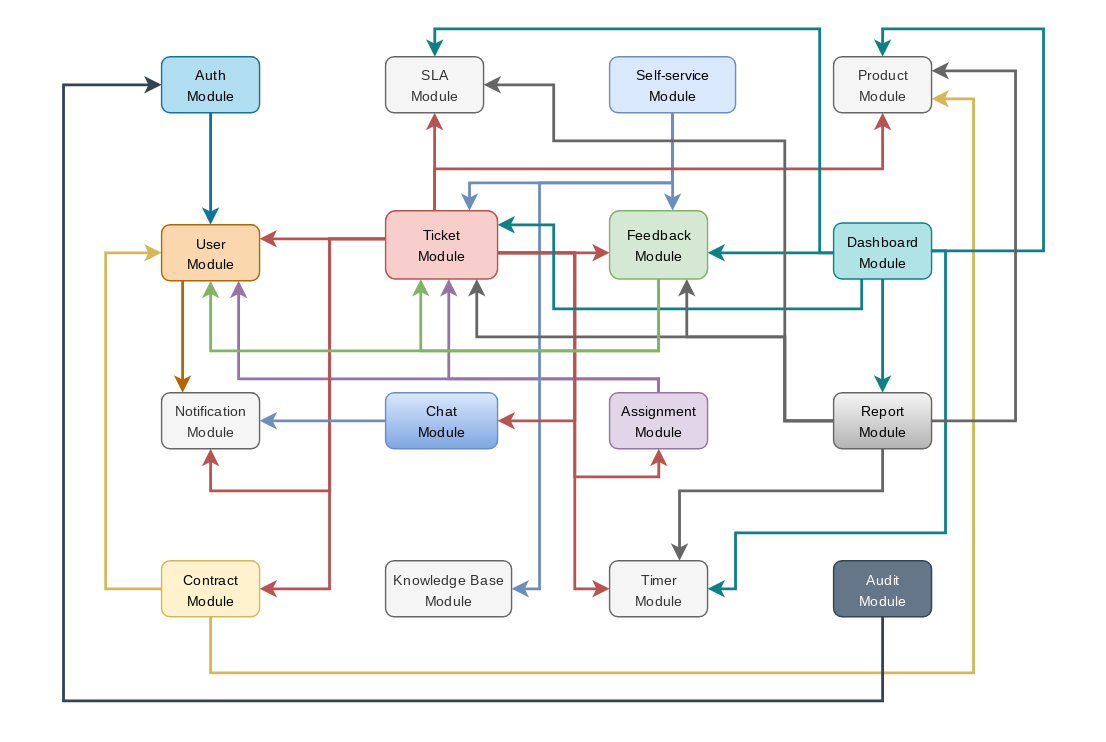
The draw.io diagram docs/planning/system-architecture/images/backend-module-dependency-diagram.drawio.svg in brisahelpdesk/mkdocs, before a commit. Source tidied: cells renumbered, new cells last; positions are measured from the earlier drawing's top-left corner, leaving out a move shared by most shapes. The source it was exported from:
```xml
<mxGraphModel background="#ffffff">
  <root>
    <mxCell id="0" />
    <mxCell id="1" parent="0" />
    <mxCell id="2" style="rounded=1;whiteSpace=wrap;html=1;fillColor=none;strokeColor=none;" parent="1" vertex="1">
      <mxGeometry width="790" height="530" as="geometry" />
    </mxCell>
    <mxCell id="3" style="edgeStyle=orthogonalEdgeStyle;rounded=0;jettySize=auto;html=1;strokeWidth=2;fillColor=#b0e3e6;strokeColor=#0e8088;" parent="1" edge="1" source="37" target="51">
      <mxGeometry relative="1" as="geometry">
        <Array as="points">
          <mxPoint x="570" y="180" />
          <mxPoint x="570" y="180" />
        </Array>
      </mxGeometry>
    </mxCell>
    <mxCell id="4" style="edgeStyle=orthogonalEdgeStyle;rounded=0;jettySize=auto;html=1;strokeWidth=2;fillColor=#b1ddf0;strokeColor=#10739e;" parent="1" edge="1" source="5" target="46">
      <mxGeometry relative="1" as="geometry" />
    </mxCell>
    <mxCell id="5" value="&lt;font style=&quot;font-size: 10px;&quot;&gt;Auth&lt;br&gt;Module&lt;/font&gt;" style="rounded=1;whiteSpace=wrap;html=1;strokeColor=#10739e;fillColor=#b1ddf0;fontFamily=Roboto;fontSource=https%3A%2F%2Ffonts.googleapis.com%2Fcss%3Ffamily%3DRoboto;" parent="1" vertex="1">
      <mxGeometry x="114.9" y="40" width="70" height="40" as="geometry" />
    </mxCell>
    <mxCell id="6" style="edgeStyle=orthogonalEdgeStyle;rounded=0;jettySize=auto;html=1;fillColor=#e1d5e7;strokeColor=#9673a6;strokeWidth=2;" parent="1" edge="1" source="8" target="24">
      <mxGeometry relative="1" as="geometry">
        <Array as="points">
          <mxPoint x="470" y="270" />
          <mxPoint x="320" y="270" />
        </Array>
      </mxGeometry>
    </mxCell>
    <mxCell id="7" style="edgeStyle=orthogonalEdgeStyle;rounded=0;jettySize=auto;html=1;strokeWidth=2;fillColor=#e1d5e7;strokeColor=#9673a6;" parent="1" edge="1" source="8" target="46">
      <mxGeometry relative="1" as="geometry">
        <Array as="points">
          <mxPoint x="470" y="270" />
          <mxPoint x="170" y="270" />
        </Array>
      </mxGeometry>
    </mxCell>
    <mxCell id="8" value="&lt;span style=&quot;font-size: 10px;&quot;&gt;Assignment&lt;br&gt;Module&lt;/span&gt;" style="rounded=1;whiteSpace=wrap;html=1;strokeColor=#9673a6;fillColor=#e1d5e7;fontFamily=Roboto;fontSource=https%3A%2F%2Ffonts.googleapis.com%2Fcss%3Ffamily%3DRoboto;" parent="1" vertex="1">
      <mxGeometry x="434.9" y="280" width="70" height="40" as="geometry" />
    </mxCell>
    <mxCell id="9" value="&lt;span style=&quot;font-size: 10px;&quot;&gt;Knowledge Base&lt;br&gt;Module&lt;/span&gt;" style="rounded=1;whiteSpace=wrap;html=1;strokeColor=#666666;fontColor=#333333;fillColor=#f5f5f5;fontFamily=Roboto;fontSource=https%3A%2F%2Ffonts.googleapis.com%2Fcss%3Ffamily%3DRoboto;" parent="1" vertex="1">
      <mxGeometry x="274.9" y="400" width="90" height="40" as="geometry" />
    </mxCell>
    <mxCell id="10" style="edgeStyle=orthogonalEdgeStyle;rounded=0;jettySize=auto;html=1;fillColor=#dae8fc;strokeColor=#6c8ebf;strokeWidth=2;" parent="1" edge="1" source="13" target="9">
      <mxGeometry relative="1" as="geometry">
        <Array as="points">
          <mxPoint x="479.9" y="130" />
          <mxPoint x="384.9" y="130" />
          <mxPoint x="384.9" y="420" />
        </Array>
      </mxGeometry>
    </mxCell>
    <mxCell id="11" style="edgeStyle=orthogonalEdgeStyle;rounded=0;jettySize=auto;html=1;fillColor=#dae8fc;strokeColor=#6c8ebf;strokeWidth=2;" parent="1" edge="1" source="13" target="24">
      <mxGeometry relative="1" as="geometry">
        <Array as="points">
          <mxPoint x="479.9" y="130" />
          <mxPoint x="334.9" y="130" />
        </Array>
      </mxGeometry>
    </mxCell>
    <mxCell id="12" style="edgeStyle=orthogonalEdgeStyle;rounded=0;jettySize=auto;html=1;fillColor=#dae8fc;strokeColor=#6c8ebf;strokeWidth=2;" parent="1" edge="1" source="13" target="51">
      <mxGeometry relative="1" as="geometry">
        <Array as="points">
          <mxPoint x="479.9" y="140" />
          <mxPoint x="479.9" y="140" />
        </Array>
      </mxGeometry>
    </mxCell>
    <mxCell id="13" value="&lt;span style=&quot;font-size: 10px;&quot;&gt;Self-service&lt;br&gt;Module&lt;/span&gt;" style="rounded=1;whiteSpace=wrap;html=1;strokeColor=#6c8ebf;fillColor=#dae8fc;fontFamily=Roboto;fontSource=https%3A%2F%2Ffonts.googleapis.com%2Fcss%3Ffamily%3DRoboto;" parent="1" vertex="1">
      <mxGeometry x="434.9" y="40" width="90" height="40" as="geometry" />
    </mxCell>
    <mxCell id="14" value="&lt;span style=&quot;font-size: 10px;&quot;&gt;SLA&lt;br&gt;Module&lt;/span&gt;" style="rounded=1;whiteSpace=wrap;html=1;strokeColor=#666666;fontColor=#333333;fillColor=#f5f5f5;fontFamily=Roboto;fontSource=https%3A%2F%2Ffonts.googleapis.com%2Fcss%3Ffamily%3DRoboto;" parent="1" vertex="1">
      <mxGeometry x="274.9" y="40" width="70" height="40" as="geometry" />
    </mxCell>
    <mxCell id="15" style="edgeStyle=orthogonalEdgeStyle;rounded=0;jettySize=auto;html=1;fillColor=#f8cecc;strokeColor=#b85450;strokeWidth=2;" parent="1" edge="1" source="24" target="46">
      <mxGeometry relative="1" as="geometry">
        <Array as="points">
          <mxPoint x="204.9" y="170" />
          <mxPoint x="204.9" y="170" />
        </Array>
      </mxGeometry>
    </mxCell>
    <mxCell id="16" style="edgeStyle=orthogonalEdgeStyle;rounded=0;jettySize=auto;html=1;fillColor=#f8cecc;strokeColor=#b85450;strokeWidth=2;" parent="1" edge="1" source="24" target="44">
      <mxGeometry relative="1" as="geometry">
        <Array as="points">
          <mxPoint x="309.9" y="120" />
          <mxPoint x="629.9" y="120" />
        </Array>
      </mxGeometry>
    </mxCell>
    <mxCell id="17" style="edgeStyle=orthogonalEdgeStyle;rounded=0;jettySize=auto;html=1;fillColor=#f8cecc;strokeColor=#b85450;strokeWidth=2;" parent="1" edge="1" source="24" target="27">
      <mxGeometry relative="1" as="geometry">
        <Array as="points">
          <mxPoint x="234.9" y="170" />
          <mxPoint x="234.9" y="420" />
        </Array>
      </mxGeometry>
    </mxCell>
    <mxCell id="18" style="edgeStyle=orthogonalEdgeStyle;rounded=0;jettySize=auto;html=1;fillColor=#f8cecc;strokeColor=#b85450;strokeWidth=2;" parent="1" edge="1" source="24" target="8">
      <mxGeometry relative="1" as="geometry">
        <Array as="points">
          <mxPoint x="410" y="180" />
          <mxPoint x="410" y="340" />
          <mxPoint x="470" y="340" />
        </Array>
      </mxGeometry>
    </mxCell>
    <mxCell id="19" style="edgeStyle=orthogonalEdgeStyle;rounded=0;jettySize=auto;html=1;fillColor=#f8cecc;strokeColor=#b85450;strokeWidth=2;" parent="1" edge="1" source="24" target="14">
      <mxGeometry relative="1" as="geometry">
        <Array as="points">
          <mxPoint x="309.9" y="130" />
          <mxPoint x="309.9" y="130" />
        </Array>
      </mxGeometry>
    </mxCell>
    <mxCell id="20" style="edgeStyle=orthogonalEdgeStyle;rounded=0;jettySize=auto;html=1;fillColor=#f8cecc;strokeColor=#b85450;strokeWidth=2;" parent="1" edge="1" source="24" target="28">
      <mxGeometry relative="1" as="geometry">
        <Array as="points">
          <mxPoint x="410" y="180" />
          <mxPoint x="410" y="420" />
        </Array>
      </mxGeometry>
    </mxCell>
    <mxCell id="21" style="edgeStyle=orthogonalEdgeStyle;rounded=0;jettySize=auto;html=1;fillColor=#f8cecc;strokeColor=#b85450;strokeWidth=2;" parent="1" edge="1" source="24" target="48">
      <mxGeometry relative="1" as="geometry">
        <Array as="points">
          <mxPoint x="410" y="180" />
          <mxPoint x="410" y="300" />
        </Array>
      </mxGeometry>
    </mxCell>
    <mxCell id="22" style="edgeStyle=orthogonalEdgeStyle;rounded=0;jettySize=auto;html=1;fillColor=#f8cecc;strokeColor=#b85450;strokeWidth=2;" parent="1" edge="1" source="24" target="51">
      <mxGeometry relative="1" as="geometry">
        <Array as="points">
          <mxPoint x="400" y="180" />
          <mxPoint x="400" y="180" />
        </Array>
      </mxGeometry>
    </mxCell>
    <mxCell id="23" style="edgeStyle=orthogonalEdgeStyle;rounded=0;jettySize=auto;html=1;fillColor=#f8cecc;strokeColor=#b85450;strokeWidth=2;" parent="1" edge="1" source="24" target="31">
      <mxGeometry relative="1" as="geometry">
        <Array as="points">
          <mxPoint x="235" y="170" />
          <mxPoint x="235" y="350" />
          <mxPoint x="150" y="350" />
        </Array>
      </mxGeometry>
    </mxCell>
    <mxCell id="24" value="&lt;span style=&quot;font-size: 10px;&quot;&gt;Ticket&lt;br&gt;Module&lt;/span&gt;" style="rounded=1;whiteSpace=wrap;html=1;strokeColor=#b85450;fillColor=#f8cecc;fontFamily=Roboto;fontSource=https%3A%2F%2Ffonts.googleapis.com%2Fcss%3Ffamily%3DRoboto;" parent="1" vertex="1">
      <mxGeometry x="274.9" y="150" width="80" height="48.8" as="geometry" />
    </mxCell>
    <mxCell id="25" style="edgeStyle=orthogonalEdgeStyle;rounded=0;jettySize=auto;html=1;strokeWidth=2;fillColor=#fff2cc;strokeColor=#d6b656;" parent="1" edge="1" source="27" target="44">
      <mxGeometry relative="1" as="geometry">
        <Array as="points">
          <mxPoint x="149.9" y="480" />
          <mxPoint x="694.9" y="480" />
          <mxPoint x="694.9" y="70" />
        </Array>
      </mxGeometry>
    </mxCell>
    <mxCell id="26" style="edgeStyle=orthogonalEdgeStyle;rounded=0;jettySize=auto;html=1;strokeWidth=2;fillColor=#fff2cc;strokeColor=#d6b656;" parent="1" edge="1" source="27" target="46">
      <mxGeometry relative="1" as="geometry">
        <Array as="points">
          <mxPoint x="75" y="420" />
          <mxPoint x="75" y="180" />
        </Array>
      </mxGeometry>
    </mxCell>
    <mxCell id="27" value="&lt;span style=&quot;font-size: 10px;&quot;&gt;Contract&lt;br&gt;Module&lt;/span&gt;" style="rounded=1;whiteSpace=wrap;html=1;strokeColor=#d6b656;fillColor=#fff2cc;fontFamily=Roboto;fontSource=https%3A%2F%2Ffonts.googleapis.com%2Fcss%3Ffamily%3DRoboto;" parent="1" vertex="1">
      <mxGeometry x="114.9" y="400" width="70" height="40" as="geometry" />
    </mxCell>
    <mxCell id="28" value="&lt;span style=&quot;font-size: 10px;&quot;&gt;Timer&lt;br&gt;Module&lt;/span&gt;" style="rounded=1;whiteSpace=wrap;html=1;strokeColor=#666666;fillColor=#f5f5f5;fontFamily=Roboto;fontSource=https%3A%2F%2Ffonts.googleapis.com%2Fcss%3Ffamily%3DRoboto;fontColor=#333333;" parent="1" vertex="1">
      <mxGeometry x="434.9" y="400" width="70" height="40" as="geometry" />
    </mxCell>
    <mxCell id="29" style="edgeStyle=orthogonalEdgeStyle;rounded=0;jettySize=auto;html=1;fillColor=#647687;strokeColor=#314354;strokeWidth=2;" parent="1" edge="1" source="30" target="5">
      <mxGeometry relative="1" as="geometry">
        <Array as="points">
          <mxPoint x="629.9" y="500" />
          <mxPoint x="44.9" y="500" />
          <mxPoint x="44.9" y="60" />
        </Array>
      </mxGeometry>
    </mxCell>
    <mxCell id="30" value="&lt;span style=&quot;font-size: 10px;&quot;&gt;Audit&lt;br&gt;Module&lt;/span&gt;" style="rounded=1;whiteSpace=wrap;html=1;strokeColor=#314354;fontColor=#ffffff;fillColor=#647687;fontFamily=Roboto;fontSource=https%3A%2F%2Ffonts.googleapis.com%2Fcss%3Ffamily%3DRoboto;" parent="1" vertex="1">
      <mxGeometry x="594.9" y="400" width="70" height="40" as="geometry" />
    </mxCell>
    <mxCell id="31" value="&lt;span style=&quot;font-size: 10px;&quot;&gt;Notification&lt;br&gt;Module&lt;/span&gt;" style="rounded=1;whiteSpace=wrap;html=1;strokeColor=#666666;fillColor=#f5f5f5;fontFamily=Roboto;fontSource=https%3A%2F%2Ffonts.googleapis.com%2Fcss%3Ffamily%3DRoboto;fontColor=#333333;" parent="1" vertex="1">
      <mxGeometry x="114.9" y="280" width="70" height="40" as="geometry" />
    </mxCell>
    <mxCell id="32" style="edgeStyle=orthogonalEdgeStyle;rounded=0;jettySize=auto;html=1;strokeWidth=2;fillColor=#b0e3e6;strokeColor=#0e8088;" parent="1" edge="1" source="37" target="24">
      <mxGeometry relative="1" as="geometry">
        <Array as="points">
          <mxPoint x="615" y="220" />
          <mxPoint x="395" y="220" />
          <mxPoint x="395" y="160" />
        </Array>
      </mxGeometry>
    </mxCell>
    <mxCell id="33" style="edgeStyle=orthogonalEdgeStyle;rounded=0;jettySize=auto;html=1;fillColor=#b0e3e6;strokeColor=#0e8088;strokeWidth=2;" parent="1" edge="1" source="37" target="43">
      <mxGeometry relative="1" as="geometry" />
    </mxCell>
    <mxCell id="34" style="edgeStyle=orthogonalEdgeStyle;rounded=0;jettySize=auto;html=1;fillColor=#b0e3e6;strokeColor=#0e8088;strokeWidth=2;" parent="1" edge="1" source="37" target="44">
      <mxGeometry relative="1" as="geometry">
        <Array as="points">
          <mxPoint x="744.9" y="179" />
          <mxPoint x="744.9" y="20" />
          <mxPoint x="629.9" y="20" />
        </Array>
      </mxGeometry>
    </mxCell>
    <mxCell id="35" style="edgeStyle=orthogonalEdgeStyle;rounded=0;jettySize=auto;html=1;fillColor=#b0e3e6;strokeColor=#0e8088;strokeWidth=2;" parent="1" edge="1" source="37" target="14">
      <mxGeometry relative="1" as="geometry">
        <Array as="points">
          <mxPoint x="585" y="180" />
          <mxPoint x="585" y="20" />
          <mxPoint x="310" y="20" />
        </Array>
      </mxGeometry>
    </mxCell>
    <mxCell id="36" style="edgeStyle=orthogonalEdgeStyle;rounded=0;jettySize=auto;html=1;fillColor=#b0e3e6;strokeColor=#0e8088;strokeWidth=2;" parent="1" edge="1" source="37" target="28">
      <mxGeometry relative="1" as="geometry">
        <Array as="points">
          <mxPoint x="674.9" y="179" />
          <mxPoint x="674.9" y="380" />
          <mxPoint x="524.9" y="380" />
          <mxPoint x="524.9" y="420" />
        </Array>
      </mxGeometry>
    </mxCell>
    <mxCell id="37" value="&lt;span style=&quot;font-size: 10px;&quot;&gt;Dashboard&lt;br&gt;Module&lt;/span&gt;" style="rounded=1;whiteSpace=wrap;html=1;strokeColor=#0e8088;fillColor=#b0e3e6;fontFamily=Roboto;fontSource=https%3A%2F%2Ffonts.googleapis.com%2Fcss%3Ffamily%3DRoboto;" parent="1" vertex="1">
      <mxGeometry x="594.9" y="158.8" width="70" height="40" as="geometry" />
    </mxCell>
    <mxCell id="38" style="edgeStyle=orthogonalEdgeStyle;rounded=0;jettySize=auto;html=1;fillColor=#f5f5f5;strokeColor=#666666;strokeWidth=2;gradientColor=#b3b3b3;" parent="1" edge="1" source="43" target="24">
      <mxGeometry relative="1" as="geometry">
        <Array as="points">
          <mxPoint x="560" y="300" />
          <mxPoint x="560" y="240" />
          <mxPoint x="340" y="240" />
        </Array>
      </mxGeometry>
    </mxCell>
    <mxCell id="39" style="edgeStyle=orthogonalEdgeStyle;rounded=0;jettySize=auto;html=1;fillColor=#f5f5f5;strokeColor=#666666;strokeWidth=2;gradientColor=#b3b3b3;" parent="1" edge="1" source="43" target="51">
      <mxGeometry relative="1" as="geometry">
        <Array as="points">
          <mxPoint x="560" y="300" />
          <mxPoint x="560" y="240" />
          <mxPoint x="490" y="240" />
        </Array>
      </mxGeometry>
    </mxCell>
    <mxCell id="40" style="edgeStyle=orthogonalEdgeStyle;rounded=0;jettySize=auto;html=1;fillColor=#f5f5f5;strokeColor=#666666;strokeWidth=2;gradientColor=#b3b3b3;" parent="1" edge="1" source="43" target="14">
      <mxGeometry relative="1" as="geometry">
        <Array as="points">
          <mxPoint x="560" y="300" />
          <mxPoint x="560" y="100" />
          <mxPoint x="395" y="100" />
          <mxPoint x="395" y="60" />
        </Array>
      </mxGeometry>
    </mxCell>
    <mxCell id="41" style="edgeStyle=orthogonalEdgeStyle;rounded=0;jettySize=auto;html=1;fillColor=#f5f5f5;strokeColor=#666666;strokeWidth=2;gradientColor=#b3b3b3;" parent="1" edge="1" source="43" target="28">
      <mxGeometry relative="1" as="geometry">
        <Array as="points">
          <mxPoint x="629.9" y="350" />
          <mxPoint x="484.9" y="350" />
        </Array>
      </mxGeometry>
    </mxCell>
    <mxCell id="42" style="edgeStyle=orthogonalEdgeStyle;rounded=0;jettySize=auto;html=1;fillColor=#f5f5f5;gradientColor=#b3b3b3;strokeColor=#666666;strokeWidth=2;" parent="1" edge="1" source="43" target="44">
      <mxGeometry relative="1" as="geometry">
        <Array as="points">
          <mxPoint x="724.9" y="300" />
          <mxPoint x="724.9" y="50" />
        </Array>
      </mxGeometry>
    </mxCell>
    <mxCell id="43" value="&lt;span style=&quot;font-size: 10px;&quot;&gt;Report&lt;br&gt;Module&lt;/span&gt;" style="rounded=1;whiteSpace=wrap;html=1;strokeColor=#666666;fillColor=#f5f5f5;fontFamily=Roboto;fontSource=https%3A%2F%2Ffonts.googleapis.com%2Fcss%3Ffamily%3DRoboto;gradientColor=#b3b3b3;" parent="1" vertex="1">
      <mxGeometry x="594.9" y="280" width="70" height="40" as="geometry" />
    </mxCell>
    <mxCell id="44" value="&lt;span style=&quot;font-size: 10px;&quot;&gt;Product&lt;br&gt;Module&lt;/span&gt;" style="rounded=1;whiteSpace=wrap;html=1;strokeColor=#666666;fontColor=#333333;fillColor=#f5f5f5;fontFamily=Roboto;fontSource=https%3A%2F%2Ffonts.googleapis.com%2Fcss%3Ffamily%3DRoboto;" parent="1" vertex="1">
      <mxGeometry x="594.9" y="40" width="70" height="40" as="geometry" />
    </mxCell>
    <mxCell id="45" style="edgeStyle=orthogonalEdgeStyle;rounded=0;jettySize=auto;html=1;strokeWidth=2;fillColor=#fad7ac;strokeColor=#b46504;" parent="1" edge="1" source="46" target="31">
      <mxGeometry relative="1" as="geometry">
        <Array as="points">
          <mxPoint x="130" y="240" />
          <mxPoint x="130" y="240" />
        </Array>
      </mxGeometry>
    </mxCell>
    <mxCell id="46" value="&lt;span style=&quot;font-size: 10px;&quot;&gt;User&lt;br&gt;Module&lt;/span&gt;" style="rounded=1;whiteSpace=wrap;html=1;strokeColor=#b46504;fillColor=#fad7ac;fontFamily=Roboto;fontSource=https%3A%2F%2Ffonts.googleapis.com%2Fcss%3Ffamily%3DRoboto;" parent="1" vertex="1">
      <mxGeometry x="114.9" y="160" width="70" height="40" as="geometry" />
    </mxCell>
    <mxCell id="47" style="edgeStyle=orthogonalEdgeStyle;rounded=0;jettySize=auto;html=1;strokeWidth=2;fillColor=#dae8fc;strokeColor=#6c8ebf;" parent="1" edge="1" source="48" target="31">
      <mxGeometry relative="1" as="geometry">
        <Array as="points">
          <mxPoint x="230" y="300" />
          <mxPoint x="230" y="300" />
        </Array>
      </mxGeometry>
    </mxCell>
    <mxCell id="48" value="&lt;span style=&quot;font-size: 10px;&quot;&gt;Chat&lt;br&gt;Module&lt;/span&gt;" style="rounded=1;whiteSpace=wrap;html=1;strokeColor=#6c8ebf;fillColor=#dae8fc;fontFamily=Roboto;fontSource=https%3A%2F%2Ffonts.googleapis.com%2Fcss%3Ffamily%3DRoboto;gradientColor=#7ea6e0;" parent="1" vertex="1">
      <mxGeometry x="274.9" y="280" width="80" height="40" as="geometry" />
    </mxCell>
    <mxCell id="49" style="edgeStyle=orthogonalEdgeStyle;rounded=0;jettySize=auto;html=1;fillColor=#d5e8d4;strokeColor=#82b366;strokeWidth=2;" parent="1" edge="1" source="51" target="46">
      <mxGeometry relative="1" as="geometry">
        <Array as="points">
          <mxPoint x="470" y="250" />
          <mxPoint x="150" y="250" />
        </Array>
      </mxGeometry>
    </mxCell>
    <mxCell id="50" style="edgeStyle=orthogonalEdgeStyle;rounded=0;jettySize=auto;html=1;fillColor=#d5e8d4;strokeColor=#82b366;strokeWidth=2;" parent="1" edge="1" source="51" target="24">
      <mxGeometry relative="1" as="geometry">
        <Array as="points">
          <mxPoint x="470" y="250" />
          <mxPoint x="300" y="250" />
        </Array>
      </mxGeometry>
    </mxCell>
    <mxCell id="51" value="&lt;span style=&quot;font-size: 10px;&quot;&gt;Feedback&lt;br&gt;Module&lt;/span&gt;" style="rounded=1;whiteSpace=wrap;html=1;strokeColor=#82b366;fillColor=#d5e8d4;fontFamily=Roboto;fontSource=https%3A%2F%2Ffonts.googleapis.com%2Fcss%3Ffamily%3DRoboto;" parent="1" vertex="1">
      <mxGeometry x="434.9" y="150" width="70" height="48.8" as="geometry" />
    </mxCell>
  </root>
</mxGraphModel>
```
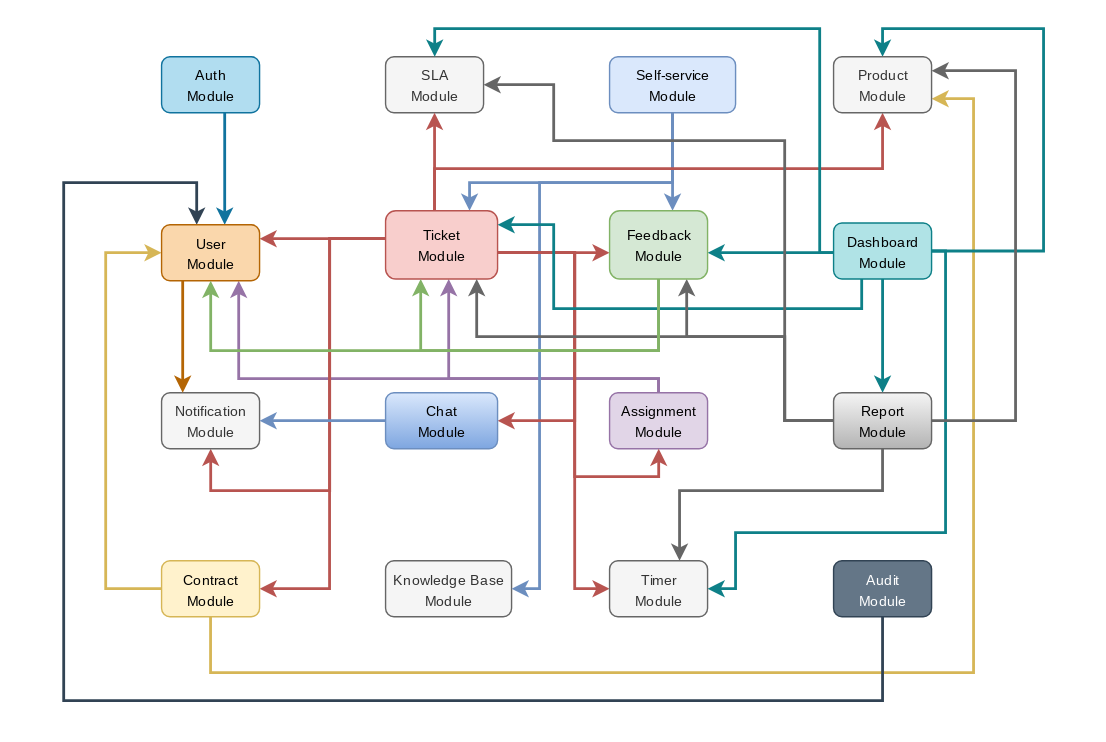
The same diagram one commit later.

Commit message:
docs: add backend project schedule

The edit, as a diff of the source:
```diff
@@ -14,7 +14,12 @@
       </mxGeometry>
     </mxCell>
     <mxCell id="4" style="edgeStyle=orthogonalEdgeStyle;rounded=0;jettySize=auto;html=1;strokeWidth=2;fillColor=#b1ddf0;strokeColor=#10739e;" parent="1" edge="1" source="5" target="46">
-      <mxGeometry relative="1" as="geometry" />
+      <mxGeometry relative="1" as="geometry">
+        <Array as="points">
+          <mxPoint x="160" y="130" />
+          <mxPoint x="160" y="130" />
+        </Array>
+      </mxGeometry>
     </mxCell>
     <mxCell id="5" value="&lt;font style=&quot;font-size: 10px;&quot;&gt;Auth&lt;br&gt;Module&lt;/font&gt;" style="rounded=1;whiteSpace=wrap;html=1;strokeColor=#10739e;fillColor=#b1ddf0;fontFamily=Roboto;fontSource=https%3A%2F%2Ffonts.googleapis.com%2Fcss%3Ffamily%3DRoboto;" parent="1" vertex="1">
       <mxGeometry x="114.9" y="40" width="70" height="40" as="geometry" />
@@ -172,12 +177,13 @@
     <mxCell id="28" value="&lt;span style=&quot;font-size: 10px;&quot;&gt;Timer&lt;br&gt;Module&lt;/span&gt;" style="rounded=1;whiteSpace=wrap;html=1;strokeColor=#666666;fillColor=#f5f5f5;fontFamily=Roboto;fontSource=https%3A%2F%2Ffonts.googleapis.com%2Fcss%3Ffamily%3DRoboto;fontColor=#333333;" parent="1" vertex="1">
       <mxGeometry x="434.9" y="400" width="70" height="40" as="geometry" />
     </mxCell>
-    <mxCell id="29" style="edgeStyle=orthogonalEdgeStyle;rounded=0;jettySize=auto;html=1;fillColor=#647687;strokeColor=#314354;strokeWidth=2;" parent="1" edge="1" source="30" target="5">
+    <mxCell id="29" style="edgeStyle=orthogonalEdgeStyle;rounded=0;jettySize=auto;html=1;fillColor=#647687;strokeColor=#314354;strokeWidth=2;" parent="1" edge="1" source="30" target="46">
       <mxGeometry relative="1" as="geometry">
         <Array as="points">
-          <mxPoint x="629.9" y="500" />
-          <mxPoint x="44.9" y="500" />
-          <mxPoint x="44.9" y="60" />
+          <mxPoint x="630" y="500" />
+          <mxPoint x="45" y="500" />
+          <mxPoint x="45" y="130" />
+          <mxPoint x="140" y="130" />
         </Array>
       </mxGeometry>
     </mxCell>
```
